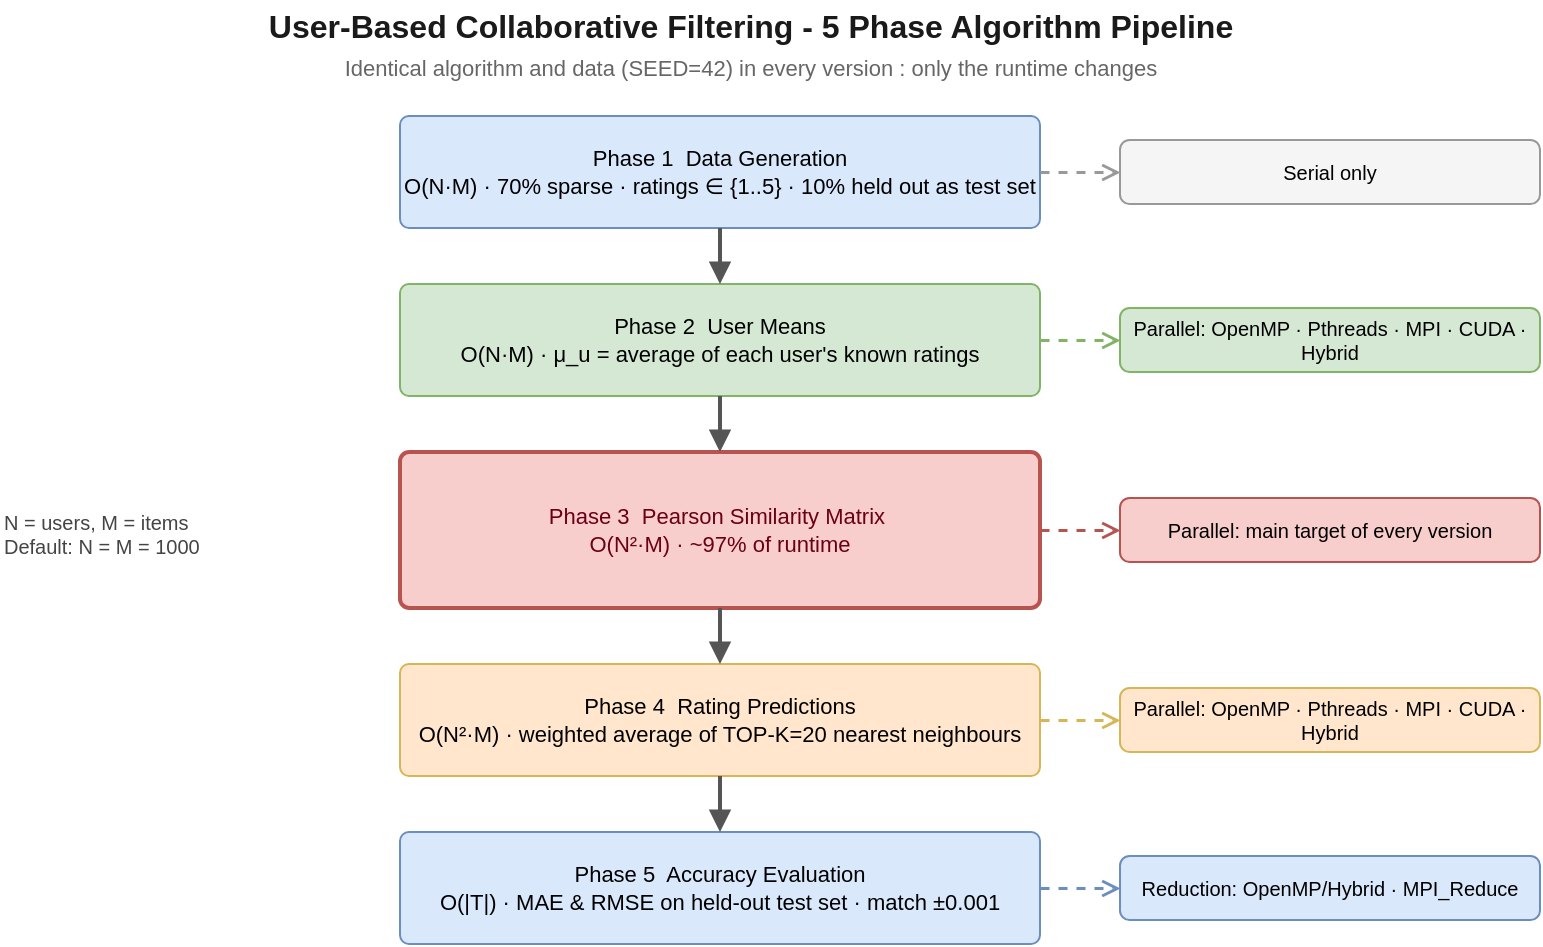
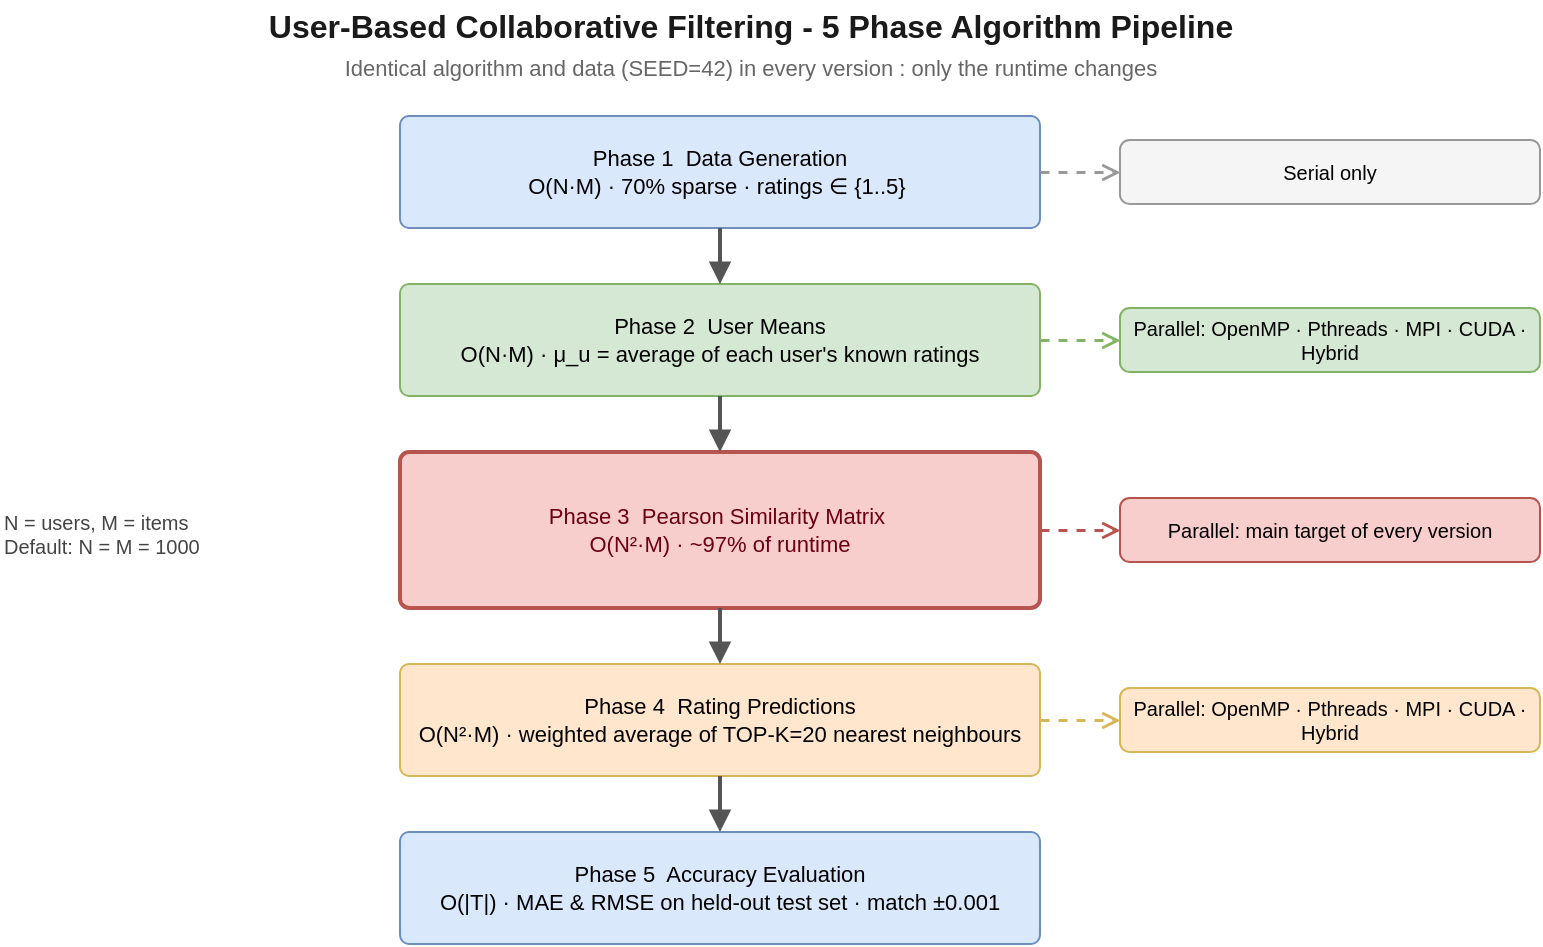
<mxfile host="65bd71144e">
    <diagram id="page1" name="1. Algorithm Pipeline">
-         <mxGraphModel dx="1276" dy="313" grid="1" gridSize="10" guides="1" tooltips="1" connect="1" arrows="1" fold="1" page="1" pageScale="1" pageWidth="850" pageHeight="600" math="0" shadow="0">
+         <mxGraphModel dx="702" dy="172" grid="1" gridSize="10" guides="1" tooltips="1" connect="1" arrows="1" fold="1" page="1" pageScale="1" pageWidth="850" pageHeight="600" math="0" shadow="0">
            <root>
                <mxCell id="0"/>
                <mxCell id="1" parent="0"/>
                <mxCell id="ttl" value="User-Based Collaborative Filtering - 5 Phase Algorithm Pipeline" style="text;html=1;align=center;verticalAlign=middle;fontStyle=1;fontSize=16;fontColor=#1a1a1a;" parent="1" vertex="1">
                    <mxGeometry x="125" y="20" width="600" height="26" as="geometry"/>
                </mxCell>
                <mxCell id="sub" value="Identical algorithm and data (SEED=42) in every version : only the runtime changes" style="text;html=1;align=center;verticalAlign=middle;fontSize=11;fontColor=#666666;" parent="1" vertex="1">
                    <mxGeometry x="125" y="44" width="600" height="20" as="geometry"/>
                </mxCell>
-                 <mxCell id="p1" value="Phase 1&amp;nbsp; Data Generation&lt;br&gt;O(N·M)  ·  70% sparse  ·  ratings ∈ {1..5}  ·  10% held out as test set" style="rounded=1;whiteSpace=wrap;html=1;fillColor=#dae8fc;strokeColor=#6c8ebf;fontSize=11;arcSize=8;verticalAlign=middle;" parent="1" vertex="1">
+                 <mxCell id="p1" value="Phase 1&amp;nbsp; Data Generation&lt;br&gt;O(N·M)  ·  70% sparse  ·  ratings ∈ {1..5}&amp;nbsp;" style="rounded=1;whiteSpace=wrap;html=1;fillColor=#dae8fc;strokeColor=#6c8ebf;fontSize=11;arcSize=8;verticalAlign=middle;" parent="1" vertex="1">
                    <mxGeometry x="250" y="78" width="320" height="56" as="geometry"/>
                </mxCell>
                <mxCell id="p2" value="Phase 2&amp;nbsp; User Means&lt;br&gt;O(N·M)  ·  μ_u = average of each user&#39;s known ratings" style="rounded=1;whiteSpace=wrap;html=1;fillColor=#d5e8d4;strokeColor=#82b366;fontSize=11;arcSize=8;verticalAlign=middle;" parent="1" vertex="1">
                    <mxGeometry x="250" y="162" width="320" height="56" as="geometry"/>
                </mxCell>
                <mxCell id="p3" value="Phase 3&amp;nbsp; Pearson Similarity Matrix&amp;nbsp;&lt;br&gt;O(N²·M)  ·  ~97% of runtime" style="rounded=1;whiteSpace=wrap;html=1;fillColor=#f8cecc;strokeColor=#b85450;strokeWidth=2;fontSize=11;arcSize=6;fontColor=#6b0014;verticalAlign=middle;" parent="1" vertex="1">
                    <mxGeometry x="250" y="246" width="320" height="78" as="geometry"/>
                </mxCell>
                <mxCell id="p4" value="Phase 4&amp;nbsp; Rating Predictions&lt;br&gt;O(N²·M)  ·  weighted average of TOP-K=20 nearest neighbours" style="rounded=1;whiteSpace=wrap;html=1;fillColor=#ffe6cc;strokeColor=#d6b656;fontSize=11;arcSize=8;verticalAlign=middle;" parent="1" vertex="1">
                    <mxGeometry x="250" y="352" width="320" height="56" as="geometry"/>
                </mxCell>
                <mxCell id="p5" value="Phase 5&amp;nbsp; Accuracy Evaluation&lt;br&gt;O(|T|)  ·  MAE &amp;amp; RMSE on held-out test set  ·  match ±0.001" style="rounded=1;whiteSpace=wrap;html=1;fillColor=#dae8fc;strokeColor=#6c8ebf;fontSize=11;arcSize=8;verticalAlign=middle;" parent="1" vertex="1">
                    <mxGeometry x="250" y="436" width="320" height="56" as="geometry"/>
                </mxCell>
                <mxCell id="a12" style="edgeStyle=orthogonalEdgeStyle;rounded=0;html=1;endArrow=block;endFill=1;strokeWidth=2;strokeColor=#555555;" parent="1" source="p1" target="p2" edge="1">
                    <mxGeometry relative="1" as="geometry"/>
                </mxCell>
                <mxCell id="a23" style="edgeStyle=orthogonalEdgeStyle;rounded=0;html=1;endArrow=block;endFill=1;strokeWidth=2;strokeColor=#555555;" parent="1" source="p2" target="p3" edge="1">
                    <mxGeometry relative="1" as="geometry"/>
                </mxCell>
                <mxCell id="a34" style="edgeStyle=orthogonalEdgeStyle;rounded=0;html=1;endArrow=block;endFill=1;strokeWidth=2;strokeColor=#555555;" parent="1" source="p3" target="p4" edge="1">
                    <mxGeometry relative="1" as="geometry"/>
                </mxCell>
                <mxCell id="a45" style="edgeStyle=orthogonalEdgeStyle;rounded=0;html=1;endArrow=block;endFill=1;strokeWidth=2;strokeColor=#555555;" parent="1" source="p4" target="p5" edge="1">
                    <mxGeometry relative="1" as="geometry"/>
                </mxCell>
                <mxCell id="b1" value="Serial only" style="rounded=1;whiteSpace=wrap;html=1;fillColor=#f5f5f5;strokeColor=#999999;fontSize=10;verticalAlign=middle;" parent="1" vertex="1">
                    <mxGeometry x="610" y="90" width="210" height="32" as="geometry"/>
                </mxCell>
                <mxCell id="b2" value="Parallel: OpenMP · Pthreads · MPI · CUDA · Hybrid" style="rounded=1;whiteSpace=wrap;html=1;fillColor=#d5e8d4;strokeColor=#82b366;fontSize=10;verticalAlign=middle;" parent="1" vertex="1">
                    <mxGeometry x="610" y="174" width="210" height="32" as="geometry"/>
                </mxCell>
                <mxCell id="b3" value="Parallel: main target of every version" style="rounded=1;whiteSpace=wrap;html=1;fillColor=#f8cecc;strokeColor=#b85450;fontSize=10;verticalAlign=middle;" parent="1" vertex="1">
                    <mxGeometry x="610" y="269" width="210" height="32" as="geometry"/>
                </mxCell>
                <mxCell id="b4" value="Parallel: OpenMP · Pthreads · MPI · CUDA · Hybrid" style="rounded=1;whiteSpace=wrap;html=1;fillColor=#ffe6cc;strokeColor=#d6b656;fontSize=10;verticalAlign=middle;" parent="1" vertex="1">
                    <mxGeometry x="610" y="364" width="210" height="32" as="geometry"/>
                </mxCell>
-                 <mxCell id="b5" value="Reduction: OpenMP/Hybrid · MPI_Reduce" style="rounded=1;whiteSpace=wrap;html=1;fillColor=#dae8fc;strokeColor=#6c8ebf;fontSize=10;verticalAlign=middle;" parent="1" vertex="1">
-                     <mxGeometry x="610" y="448" width="210" height="32" as="geometry"/>
-                 </mxCell>
                <mxCell id="e1" style="html=1;dashed=1;endArrow=open;endFill=0;strokeColor=#999999;strokeWidth=1.5;" parent="1" source="p1" target="b1" edge="1">
                    <mxGeometry relative="1" as="geometry"/>
                </mxCell>
                <mxCell id="e2" style="html=1;dashed=1;endArrow=open;endFill=0;strokeColor=#82b366;strokeWidth=1.5;" parent="1" source="p2" target="b2" edge="1">
                    <mxGeometry relative="1" as="geometry"/>
                </mxCell>
                <mxCell id="e3" style="html=1;dashed=1;endArrow=open;endFill=0;strokeColor=#b85450;strokeWidth=1.5;" parent="1" source="p3" target="b3" edge="1">
                    <mxGeometry relative="1" as="geometry"/>
                </mxCell>
                <mxCell id="e4" style="html=1;dashed=1;endArrow=open;endFill=0;strokeColor=#d6b656;strokeWidth=1.5;" parent="1" source="p4" target="b4" edge="1">
                    <mxGeometry relative="1" as="geometry"/>
                </mxCell>
-                 <mxCell id="e5" style="html=1;dashed=1;endArrow=open;endFill=0;strokeColor=#6c8ebf;strokeWidth=1.5;" parent="1" source="p5" target="b5" edge="1">
-                     <mxGeometry relative="1" as="geometry"/>
-                 </mxCell>
                <mxCell id="lt" value="N = users, M = items&#xa;Default: N = M = 1000" style="text;html=1;align=left;verticalAlign=top;fontSize=10;fontColor=#444444;" parent="1" vertex="1">
                    <mxGeometry x="50" y="269" width="180" height="50" as="geometry"/>
                </mxCell>
            </root>
        </mxGraphModel>
    </diagram>
</mxfile>